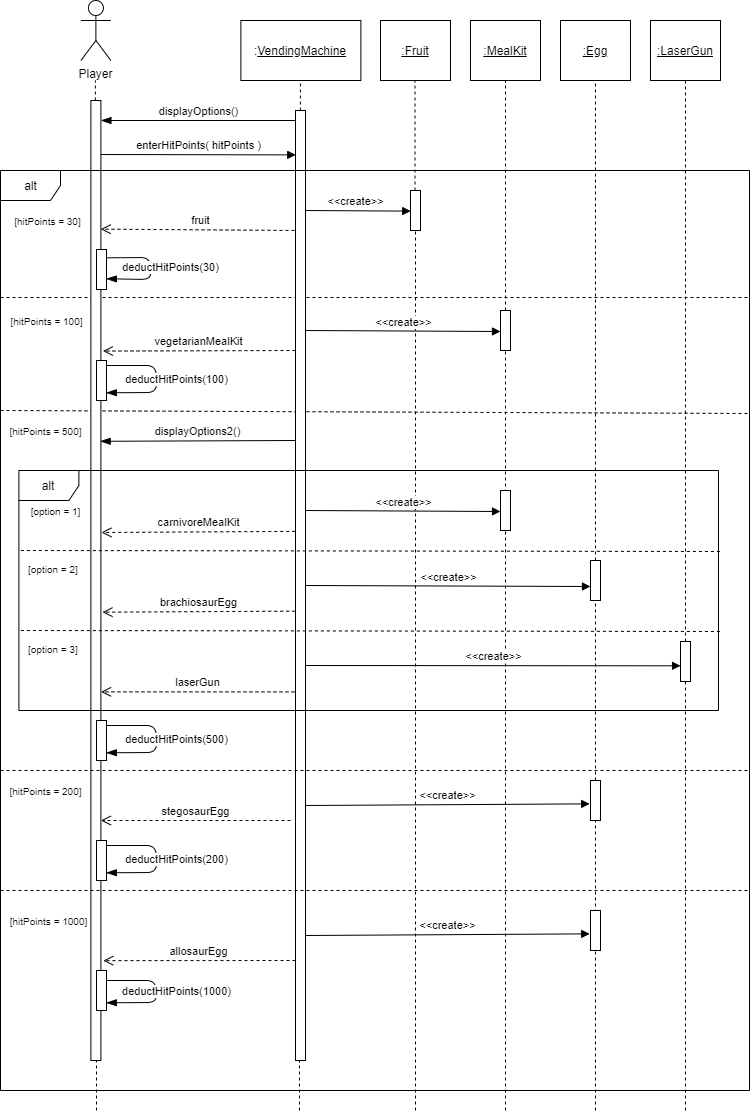
Above: design_docs/Player.purchase.png in mltw/fit2099-jurassic-park-2021 (draw.io), before the change. Source tidied: cells renumbered, new cells last; positions are measured from the earlier drawing's top-left corner, leaving out a move shared by most shapes.
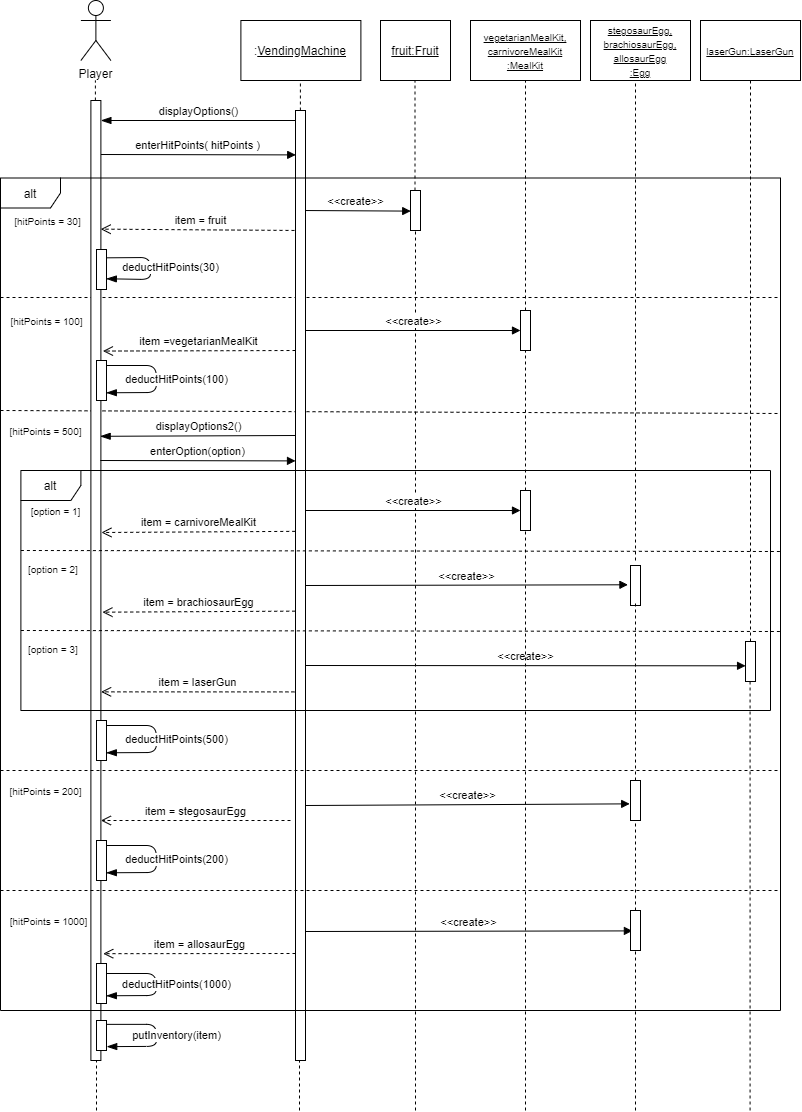
After the commit.

Commit message:
add Player.purchase sequence diagram

What changed in the source:
```diff
@@ -27,19 +27,19 @@
     <mxCell id="7" style="endArrow=none;dashed=1;html=1;" parent="1" edge="1">
       <mxGeometry relative="1" as="geometry">
         <mxPoint y="410" as="sourcePoint" />
-        <mxPoint x="750" y="413" as="targetPoint" />
+        <mxPoint x="780" y="413" as="targetPoint" />
       </mxGeometry>
     </mxCell>
     <mxCell id="8" style="endArrow=none;dashed=1;html=1;" parent="1" edge="1">
       <mxGeometry relative="1" as="geometry">
         <mxPoint y="297" as="sourcePoint" />
-        <mxPoint x="750" y="297" as="targetPoint" />
+        <mxPoint x="780" y="297" as="targetPoint" />
       </mxGeometry>
     </mxCell>
     <mxCell id="9" value="&lt;font style=&quot;font-size: 10px&quot;&gt;[hitPoints = 30]&lt;/font&gt;" style="text;html=1;align=center;verticalAlign=middle;strokeColor=none;" parent="1" vertex="1">
       <mxGeometry x="7" y="210" width="80" height="20" as="geometry" />
     </mxCell>
-    <mxCell id="10" value="&lt;u&gt;:Fruit&lt;/u&gt;" style="rounded=0;whiteSpace=wrap;html=1;" parent="1" vertex="1">
+    <mxCell id="10" value="&lt;u&gt;fruit:Fruit&lt;/u&gt;" style="rounded=0;whiteSpace=wrap;html=1;" parent="1" vertex="1">
       <mxGeometry x="380" y="20" width="70" height="60" as="geometry" />
     </mxCell>
     <mxCell id="11" style="endArrow=none;dashed=1;html=1;startArrow=none;" parent="1" edge="1" source="13">
@@ -60,7 +60,7 @@
         <mxPoint x="415" y="1110" as="sourcePoint" />
       </mxGeometry>
     </mxCell>
-    <mxCell id="15" value="fruit" style="html=1;verticalAlign=bottom;endArrow=open;dashed=1;endSize=8;entryX=0.983;entryY=0.134;entryDx=0;entryDy=0;entryPerimeter=0;" parent="1" edge="1" target="20">
+    <mxCell id="15" value="item = fruit" style="html=1;verticalAlign=bottom;endArrow=open;dashed=1;endSize=8;entryX=0.983;entryY=0.134;entryDx=0;entryDy=0;entryPerimeter=0;" parent="1" edge="1" target="20">
       <mxGeometry relative="1" as="geometry">
         <mxPoint x="300" y="230" as="sourcePoint" />
       </mxGeometry>
@@ -97,27 +97,23 @@
         <mxPoint x="100.4" y="120" as="targetPoint" />
       </mxGeometry>
     </mxCell>
-    <mxCell id="23" value="&lt;u&gt;:MealKit&lt;/u&gt;" style="rounded=0;whiteSpace=wrap;html=1;" parent="1" vertex="1">
-      <mxGeometry x="470" y="20" width="70" height="60" as="geometry" />
-    </mxCell>
-    <mxCell id="24" style="endArrow=none;dashed=1;html=1;entryX=0.5;entryY=1;entryDx=0;entryDy=0;startArrow=none;" parent="1" edge="1" source="26" target="23">
-      <mxGeometry relative="1" as="geometry" />
+    <mxCell id="24" style="endArrow=none;dashed=1;html=1;entryX=0.5;entryY=1;entryDx=0;entryDy=0;startArrow=none;" parent="1" edge="1" source="26">
+      <mxGeometry relative="1" as="geometry">
+        <mxPoint x="525" y="80" as="targetPoint" />
+      </mxGeometry>
     </mxCell>
-    <mxCell id="25" value="&amp;lt;&amp;lt;create&amp;gt;&amp;gt;" style="html=1;verticalAlign=bottom;endArrow=block;" parent="1" edge="1">
+    <mxCell id="25" value="&amp;lt;&amp;lt;create&amp;gt;&amp;gt;" style="html=1;verticalAlign=bottom;endArrow=block;" parent="1" edge="1" target="26">
       <mxGeometry relative="1" as="geometry">
         <mxPoint x="305" y="330" as="sourcePoint" />
-        <mxPoint x="500" y="331" as="targetPoint" />
       </mxGeometry>
     </mxCell>
     <mxCell id="26" style="html=1;points=[];perimeter=orthogonalPerimeter;" parent="1" vertex="1">
-      <mxGeometry x="500" y="310" width="10" height="40" as="geometry" />
+      <mxGeometry x="520" y="310" width="10" height="40" as="geometry" />
     </mxCell>
-    <mxCell id="27" style="endArrow=none;dashed=1;html=1;entryX=0.5;entryY=1;entryDx=0;entryDy=0;" parent="1" edge="1" target="26">
-      <mxGeometry relative="1" as="geometry">
-        <mxPoint x="505" y="1110" as="sourcePoint" />
-      </mxGeometry>
+    <mxCell id="27" style="endArrow=none;dashed=1;html=1;entryX=0.5;entryY=1;entryDx=0;entryDy=0;startArrow=none;" parent="1" edge="1" source="37" target="26">
+      <mxGeometry relative="1" as="geometry" />
     </mxCell>
-    <mxCell id="28" value="vegetarianMealKit" style="html=1;verticalAlign=bottom;endArrow=open;dashed=1;endSize=8;entryX=1.205;entryY=0.261;entryDx=0;entryDy=0;entryPerimeter=0;" parent="1" edge="1" target="20">
+    <mxCell id="28" value="item =vegetarianMealKit" style="html=1;verticalAlign=bottom;endArrow=open;dashed=1;endSize=8;entryX=1.205;entryY=0.261;entryDx=0;entryDy=0;entryPerimeter=0;" parent="1" edge="1" target="20">
       <mxGeometry relative="1" as="geometry">
         <mxPoint x="295" y="350" as="sourcePoint" />
       </mxGeometry>
@@ -125,13 +121,13 @@
     <mxCell id="29" style="endArrow=none;dashed=1;html=1;" parent="1" edge="1">
       <mxGeometry relative="1" as="geometry">
         <mxPoint y="770" as="sourcePoint" />
-        <mxPoint x="750" y="770" as="targetPoint" />
+        <mxPoint x="780" y="770" as="targetPoint" />
       </mxGeometry>
     </mxCell>
     <mxCell id="30" style="endArrow=none;dashed=1;html=1;" parent="1" edge="1">
       <mxGeometry relative="1" as="geometry">
         <mxPoint x="20.4" y="550" as="sourcePoint" />
-        <mxPoint x="720" y="551" as="targetPoint" />
+        <mxPoint x="780" y="551" as="targetPoint" />
       </mxGeometry>
     </mxCell>
     <mxCell id="31" style="html=1;points=[];perimeter=orthogonalPerimeter;" parent="1" vertex="1">
@@ -149,50 +145,46 @@
     <mxCell id="33" value="&lt;font style=&quot;font-size: 10px&quot;&gt;[hitPoints = 500]&lt;/font&gt;" style="text;html=1;align=center;verticalAlign=middle;strokeColor=none;" parent="1" vertex="1">
       <mxGeometry y="420" width="90" height="20" as="geometry" />
     </mxCell>
-    <mxCell id="34" value="displayOptions2()" style="html=1;verticalAlign=bottom;endArrow=blockThin;endSize=8;entryX=0.928;entryY=0.355;entryDx=0;entryDy=0;entryPerimeter=0;endFill=1;" parent="1" edge="1" target="20">
+    <mxCell id="34" value="displayOptions2()" style="html=1;verticalAlign=bottom;endArrow=blockThin;endSize=8;entryX=0.928;entryY=0.355;entryDx=0;entryDy=0;entryPerimeter=0;endFill=1;" parent="1" edge="1">
       <mxGeometry relative="1" as="geometry">
-        <mxPoint x="295" y="440" as="sourcePoint" />
+        <mxPoint x="295" y="435" as="sourcePoint" />
+        <mxPoint x="99.7" y="435.8" as="targetPoint" />
       </mxGeometry>
     </mxCell>
     <mxCell id="35" value="&lt;span style=&quot;font-size: 10px&quot;&gt;[option = 1]&lt;/span&gt;" style="text;html=1;align=center;verticalAlign=middle;strokeColor=none;" parent="1" vertex="1">
       <mxGeometry x="20.4" y="500" width="70" height="20" as="geometry" />
     </mxCell>
-    <mxCell id="36" value="&amp;lt;&amp;lt;create&amp;gt;&amp;gt;" style="html=1;verticalAlign=bottom;endArrow=block;" parent="1" edge="1">
+    <mxCell id="36" value="&amp;lt;&amp;lt;create&amp;gt;&amp;gt;" style="html=1;verticalAlign=bottom;endArrow=block;" parent="1" edge="1" target="37">
       <mxGeometry relative="1" as="geometry">
         <mxPoint x="305" y="510" as="sourcePoint" />
-        <mxPoint x="500" y="511" as="targetPoint" />
       </mxGeometry>
     </mxCell>
-    <mxCell id="37" style="html=1;points=[];perimeter=orthogonalPerimeter;" parent="1" vertex="1">
-      <mxGeometry x="500" y="490" width="10" height="40" as="geometry" />
-    </mxCell>
-    <mxCell id="38" value="carnivoreMealKit" style="html=1;verticalAlign=bottom;endArrow=open;dashed=1;endSize=8;entryX=1.056;entryY=0.45;entryDx=0;entryDy=0;entryPerimeter=0;exitX=-0.027;exitY=0.443;exitDx=0;exitDy=0;exitPerimeter=0;" parent="1" edge="1" source="16" target="20">
+    <mxCell id="38" value="item = carnivoreMealKit" style="html=1;verticalAlign=bottom;endArrow=open;dashed=1;endSize=8;entryX=1.056;entryY=0.45;entryDx=0;entryDy=0;entryPerimeter=0;exitX=-0.027;exitY=0.443;exitDx=0;exitDy=0;exitPerimeter=0;" parent="1" edge="1" source="16" target="20">
       <mxGeometry relative="1" as="geometry" />
     </mxCell>
     <mxCell id="39" value="&lt;span style=&quot;color: rgb(0 , 0 , 0) ; font-family: &amp;#34;helvetica&amp;#34; ; font-size: 10px ; font-style: normal ; font-weight: 400 ; letter-spacing: normal ; text-align: center ; text-indent: 0px ; text-transform: none ; word-spacing: 0px ; background-color: rgb(255 , 255 , 255) ; display: inline ; float: none&quot;&gt;[option = 2]&lt;/span&gt;" style="text;whiteSpace=wrap;html=1;" parent="1" vertex="1">
       <mxGeometry x="26" y="555" width="54" height="30" as="geometry" />
     </mxCell>
-    <mxCell id="40" value="&lt;u&gt;:Egg&lt;/u&gt;" style="rounded=0;whiteSpace=wrap;html=1;" parent="1" vertex="1">
-      <mxGeometry x="560" y="20" width="70" height="60" as="geometry" />
-    </mxCell>
-    <mxCell id="41" style="endArrow=none;dashed=1;html=1;entryX=0.5;entryY=1;entryDx=0;entryDy=0;startArrow=none;" parent="1" edge="1" source="43" target="40">
-      <mxGeometry relative="1" as="geometry" />
+    <mxCell id="41" style="endArrow=none;dashed=1;html=1;entryX=0.5;entryY=1;entryDx=0;entryDy=0;startArrow=none;" parent="1" edge="1">
+      <mxGeometry relative="1" as="geometry">
+        <mxPoint x="635" y="560" as="sourcePoint" />
+        <mxPoint x="635" y="80" as="targetPoint" />
+      </mxGeometry>
     </mxCell>
-    <mxCell id="42" value="&amp;lt;&amp;lt;create&amp;gt;&amp;gt;" style="html=1;verticalAlign=bottom;endArrow=block;" parent="1" edge="1">
+    <mxCell id="42" value="&amp;lt;&amp;lt;create&amp;gt;&amp;gt;" style="html=1;verticalAlign=bottom;endArrow=block;entryX=-0.256;entryY=0.482;entryDx=0;entryDy=0;entryPerimeter=0;" parent="1" edge="1" target="43">
       <mxGeometry relative="1" as="geometry">
         <mxPoint x="305" y="585" as="sourcePoint" />
-        <mxPoint x="590" y="586" as="targetPoint" />
       </mxGeometry>
     </mxCell>
     <mxCell id="43" style="html=1;points=[];perimeter=orthogonalPerimeter;" parent="1" vertex="1">
-      <mxGeometry x="590" y="560" width="10" height="40" as="geometry" />
+      <mxGeometry x="630" y="565" width="10" height="40" as="geometry" />
     </mxCell>
-    <mxCell id="44" style="endArrow=none;dashed=1;html=1;entryX=0.5;entryY=1;entryDx=0;entryDy=0;startArrow=none;" parent="1" edge="1" target="43">
+    <mxCell id="44" style="endArrow=none;dashed=1;html=1;entryX=0.5;entryY=1;entryDx=0;entryDy=0;startArrow=none;" parent="1" edge="1" source="51">
       <mxGeometry relative="1" as="geometry">
-        <mxPoint x="595" y="1110" as="sourcePoint" />
+        <mxPoint x="635" y="600" as="targetPoint" />
       </mxGeometry>
     </mxCell>
-    <mxCell id="45" value="brachiosaurEgg" style="html=1;verticalAlign=bottom;endArrow=open;dashed=1;endSize=8;entryX=1.154;entryY=0.533;entryDx=0;entryDy=0;entryPerimeter=0;exitX=-0.027;exitY=0.527;exitDx=0;exitDy=0;exitPerimeter=0;" parent="1" edge="1" source="16" target="20">
+    <mxCell id="45" value="item = brachiosaurEgg" style="html=1;verticalAlign=bottom;endArrow=open;dashed=1;endSize=8;entryX=1.154;entryY=0.533;entryDx=0;entryDy=0;entryPerimeter=0;exitX=-0.027;exitY=0.527;exitDx=0;exitDy=0;exitPerimeter=0;" parent="1" edge="1" source="16" target="20">
       <mxGeometry relative="1" as="geometry" />
     </mxCell>
     <mxCell id="46" style="html=1;points=[];perimeter=orthogonalPerimeter;" parent="1" vertex="1">
@@ -210,7 +202,7 @@
     <mxCell id="48" style="endArrow=none;dashed=1;html=1;" parent="1" edge="1">
       <mxGeometry relative="1" as="geometry">
         <mxPoint y="890" as="sourcePoint" />
-        <mxPoint x="750" y="890" as="targetPoint" />
+        <mxPoint x="780" y="890" as="targetPoint" />
       </mxGeometry>
     </mxCell>
     <mxCell id="49" value="&lt;font style=&quot;font-size: 10px&quot;&gt;[hitPoints = 200]&lt;/font&gt;" style="text;html=1;align=center;verticalAlign=middle;strokeColor=none;" parent="1" vertex="1">
@@ -221,10 +213,7 @@
         <mxPoint x="305" y="805" as="sourcePoint" />
       </mxGeometry>
     </mxCell>
-    <mxCell id="51" style="html=1;points=[];perimeter=orthogonalPerimeter;" parent="1" vertex="1">
-      <mxGeometry x="590" y="780" width="10" height="40" as="geometry" />
-    </mxCell>
-    <mxCell id="52" value="stegosaurEgg" style="html=1;verticalAlign=bottom;endArrow=open;dashed=1;endSize=8;" parent="1" edge="1" target="20">
+    <mxCell id="52" value="item = stegosaurEgg" style="html=1;verticalAlign=bottom;endArrow=open;dashed=1;endSize=8;" parent="1" edge="1" target="20">
       <mxGeometry relative="1" as="geometry">
         <mxPoint x="290" y="820" as="sourcePoint" />
       </mxGeometry>
@@ -247,7 +236,7 @@
     <mxCell id="56" style="endArrow=none;dashed=1;html=1;" parent="1" edge="1">
       <mxGeometry relative="1" as="geometry">
         <mxPoint x="20.4" y="630" as="sourcePoint" />
-        <mxPoint x="720" y="631" as="targetPoint" />
+        <mxPoint x="780" y="631" as="targetPoint" />
       </mxGeometry>
     </mxCell>
     <mxCell id="57" value="&lt;span style=&quot;color: rgb(0 , 0 , 0) ; font-family: &amp;#34;helvetica&amp;#34; ; font-size: 10px ; font-style: normal ; font-weight: 400 ; letter-spacing: normal ; text-align: center ; text-indent: 0px ; text-transform: none ; word-spacing: 0px ; background-color: rgb(255 , 255 , 255) ; display: inline ; float: none&quot;&gt;[option = 3]&lt;/span&gt;" style="text;whiteSpace=wrap;html=1;" parent="1" vertex="1">
@@ -258,45 +247,43 @@
         <mxPoint x="305" y="665" as="sourcePoint" />
       </mxGeometry>
     </mxCell>
-    <mxCell id="59" value="laserGun" style="html=1;verticalAlign=bottom;endArrow=open;dashed=1;endSize=8;entryX=1.021;entryY=0.616;entryDx=0;entryDy=0;entryPerimeter=0;exitX=-0.107;exitY=0.612;exitDx=0;exitDy=0;exitPerimeter=0;" parent="1" edge="1" source="16" target="20">
+    <mxCell id="59" value="item = laserGun" style="html=1;verticalAlign=bottom;endArrow=open;dashed=1;endSize=8;entryX=1.021;entryY=0.616;entryDx=0;entryDy=0;entryPerimeter=0;exitX=-0.107;exitY=0.612;exitDx=0;exitDy=0;exitPerimeter=0;" parent="1" edge="1" source="16" target="20">
       <mxGeometry relative="1" as="geometry" />
     </mxCell>
-    <mxCell id="60" value="&lt;u&gt;:LaserGun&lt;/u&gt;" style="rounded=0;whiteSpace=wrap;html=1;" parent="1" vertex="1">
-      <mxGeometry x="650" y="20" width="70" height="60" as="geometry" />
-    </mxCell>
-    <mxCell id="61" style="endArrow=none;dashed=1;html=1;entryX=0.5;entryY=1;entryDx=0;entryDy=0;startArrow=none;" parent="1" edge="1" source="62" target="60">
-      <mxGeometry relative="1" as="geometry" />
+    <mxCell id="61" style="endArrow=none;dashed=1;html=1;entryX=0.5;entryY=1;entryDx=0;entryDy=0;startArrow=none;" parent="1" edge="1" source="62">
+      <mxGeometry relative="1" as="geometry">
+        <mxPoint x="750" y="80" as="targetPoint" />
+      </mxGeometry>
     </mxCell>
     <mxCell id="62" style="html=1;points=[];perimeter=orthogonalPerimeter;" parent="1" vertex="1">
-      <mxGeometry x="680" y="641" width="10" height="40" as="geometry" />
+      <mxGeometry x="745" y="641" width="10" height="40" as="geometry" />
     </mxCell>
-    <mxCell id="63" style="endArrow=none;dashed=1;html=1;entryX=0.5;entryY=1;entryDx=0;entryDy=0;startArrow=none;" parent="1" edge="1" target="62">
+    <mxCell id="63" style="endArrow=none;dashed=1;html=1;entryX=0.5;entryY=1;entryDx=0;entryDy=0;startArrow=none;" parent="1" edge="1">
       <mxGeometry relative="1" as="geometry">
-        <mxPoint x="685" y="1110" as="sourcePoint" />
+        <mxPoint x="749.6" y="1110" as="sourcePoint" />
+        <mxPoint x="749.6" y="681" as="targetPoint" />
       </mxGeometry>
     </mxCell>
-    <mxCell id="64" value="&amp;lt;&amp;lt;create&amp;gt;&amp;gt;" style="html=1;verticalAlign=bottom;endArrow=block;entryX=-0.081;entryY=0.584;entryDx=0;entryDy=0;entryPerimeter=0;" parent="1" edge="1" target="65">
+    <mxCell id="64" value="&amp;lt;&amp;lt;create&amp;gt;&amp;gt;" style="html=1;verticalAlign=bottom;endArrow=block;entryX=0.189;entryY=0.51;entryDx=0;entryDy=0;entryPerimeter=0;" parent="1" edge="1" target="65">
       <mxGeometry relative="1" as="geometry">
-        <mxPoint x="305" y="935" as="sourcePoint" />
+        <mxPoint x="305" y="931" as="sourcePoint" />
       </mxGeometry>
     </mxCell>
-    <mxCell id="65" style="html=1;points=[];perimeter=orthogonalPerimeter;" parent="1" vertex="1">
-      <mxGeometry x="590" y="910" width="10" height="40" as="geometry" />
-    </mxCell>
-    <mxCell id="66" value="allosaurEgg" style="html=1;verticalAlign=bottom;endArrow=open;dashed=1;endSize=8;entryX=1.234;entryY=0.896;entryDx=0;entryDy=0;entryPerimeter=0;" parent="1" edge="1" target="20">
+    <mxCell id="66" value="item = allosaurEgg" style="html=1;verticalAlign=bottom;endArrow=open;dashed=1;endSize=8;entryX=1.234;entryY=0.896;entryDx=0;entryDy=0;entryPerimeter=0;" parent="1" edge="1">
       <mxGeometry relative="1" as="geometry">
-        <mxPoint x="295" y="960" as="sourcePoint" />
+        <mxPoint x="295" y="953" as="sourcePoint" />
+        <mxPoint x="102.7" y="953.2" as="targetPoint" />
       </mxGeometry>
     </mxCell>
     <mxCell id="67" style="html=1;points=[];perimeter=orthogonalPerimeter;" parent="1" vertex="1">
-      <mxGeometry x="96" y="970" width="10" height="40" as="geometry" />
+      <mxGeometry x="96" y="963" width="10" height="40" as="geometry" />
     </mxCell>
     <mxCell id="68" value="deductHitPoints(1000)" style="html=1;verticalAlign=bottom;endArrow=blockThin;endSize=8;entryX=0.983;entryY=0.807;entryDx=0;entryDy=0;entryPerimeter=0;endFill=1;" parent="1" edge="1" target="67">
       <mxGeometry x="0.15" y="20" relative="1" as="geometry">
-        <mxPoint x="105.6" y="980" as="sourcePoint" />
+        <mxPoint x="105.6" y="973" as="sourcePoint" />
         <Array as="points">
-          <mxPoint x="155.6" y="980" />
-          <mxPoint x="155.6" y="1002" />
+          <mxPoint x="155.6" y="973" />
+          <mxPoint x="155.6" y="995" />
         </Array>
       </mxGeometry>
     </mxCell>
@@ -306,11 +293,61 @@
         <mxPoint x="299" y="1060" as="targetPoint" />
       </mxGeometry>
     </mxCell>
-    <mxCell id="70" value="alt" style="shape=umlFrame;whiteSpace=wrap;html=1;" parent="1" vertex="1">
-      <mxGeometry x="18.4" y="470" width="699.6" height="240" as="geometry" />
-    </mxCell>
-    <mxCell id="71" value="alt" style="shape=umlFrame;whiteSpace=wrap;html=1;" parent="1" vertex="1">
-      <mxGeometry y="170" width="749" height="920" as="geometry" />
-    </mxCell>
+    <mxCell id="72" value="enterOption(option)" style="html=1;verticalAlign=bottom;endArrow=block;entryX=0.022;entryY=0.07;entryDx=0;entryDy=0;entryPerimeter=0;" parent="1" edge="1">
+      <mxGeometry relative="1" as="geometry">
+        <mxPoint x="99.8" y="460" as="sourcePoint" />
+        <mxPoint x="295" y="460.4" as="targetPoint" />
+      </mxGeometry>
+    </mxCell>
+    <mxCell id="73" style="html=1;perimeter=orthogonalPerimeter;" parent="1" vertex="1">
+      <mxGeometry x="96" y="1020" width="10" height="30" as="geometry" />
+    </mxCell>
+    <mxCell id="74" value="putInventory(item)" style="html=1;verticalAlign=bottom;endArrow=blockThin;endSize=8;entryX=0.983;entryY=0.807;entryDx=0;entryDy=0;entryPerimeter=0;endFill=1;" parent="1" edge="1">
+      <mxGeometry x="0.15" y="20" relative="1" as="geometry">
+        <mxPoint x="106" y="1023.9" as="sourcePoint" />
+        <mxPoint x="106.2" y="1046.1" as="targetPoint" />
+        <Array as="points">
+          <mxPoint x="156" y="1023.9" />
+          <mxPoint x="156" y="1045.9" />
+        </Array>
+      </mxGeometry>
+    </mxCell>
+    <mxCell id="75" value="&lt;u&gt;&lt;font style=&quot;font-size: 10px&quot;&gt;laserGun:LaserGun&lt;/font&gt;&lt;/u&gt;" style="rounded=0;whiteSpace=wrap;html=1;" parent="1" vertex="1">
+      <mxGeometry x="700" y="20" width="100" height="60" as="geometry" />
+    </mxCell>
+    <mxCell id="76" value="&lt;u&gt;&lt;font style=&quot;font-size: 10px&quot;&gt;stegosaurEgg, brachiosaurEgg, allosaurEgg&lt;br&gt;:Egg&lt;/font&gt;&lt;/u&gt;" style="rounded=0;whiteSpace=wrap;html=1;" parent="1" vertex="1">
+      <mxGeometry x="590" y="20" width="100" height="60" as="geometry" />
+    </mxCell>
+    <mxCell id="51" style="html=1;points=[];perimeter=orthogonalPerimeter;" parent="1" vertex="1">
+      <mxGeometry x="630" y="780" width="10" height="40" as="geometry" />
+    </mxCell>
+    <mxCell id="77" style="endArrow=none;dashed=1;html=1;entryX=0.5;entryY=1;entryDx=0;entryDy=0;startArrow=none;" parent="1" edge="1" source="65" target="51">
+      <mxGeometry relative="1" as="geometry" />
+    </mxCell>
+    <mxCell id="65" style="html=1;points=[];perimeter=orthogonalPerimeter;" parent="1" vertex="1">
+      <mxGeometry x="630" y="910" width="10" height="40" as="geometry" />
+    </mxCell>
+    <mxCell id="78" style="endArrow=none;dashed=1;html=1;entryX=0.5;entryY=1;entryDx=0;entryDy=0;startArrow=none;" parent="1" edge="1" target="65">
+      <mxGeometry relative="1" as="geometry">
+        <mxPoint x="635" y="1110" as="sourcePoint" />
+      </mxGeometry>
+    </mxCell>
+    <mxCell id="79" value="&lt;u&gt;&lt;font style=&quot;font-size: 10px&quot;&gt;vegetarianMealKit, carnivoreMealKit&lt;br&gt;:MealKit&lt;/font&gt;&lt;/u&gt;" style="rounded=0;whiteSpace=wrap;html=1;align=center;" parent="1" vertex="1">
+      <mxGeometry x="470" y="20" width="110" height="60" as="geometry" />
+    </mxCell>
+    <mxCell id="37" style="html=1;points=[];perimeter=orthogonalPerimeter;" parent="1" vertex="1">
+      <mxGeometry x="520" y="490" width="10" height="40" as="geometry" />
+    </mxCell>
+    <mxCell id="80" style="endArrow=none;dashed=1;html=1;entryX=0.5;entryY=1;entryDx=0;entryDy=0;" parent="1" edge="1" target="37">
+      <mxGeometry relative="1" as="geometry">
+        <mxPoint x="525" y="1110" as="sourcePoint" />
+      </mxGeometry>
+    </mxCell>
+    <mxCell id="81" value="alt" style="shape=umlFrame;whiteSpace=wrap;html=1;" parent="1" vertex="1">
+      <mxGeometry y="177.5" width="780" height="832.5" as="geometry" />
+    </mxCell>
+    <mxCell id="82" value="alt" style="shape=umlFrame;whiteSpace=wrap;html=1;" parent="1" vertex="1">
+      <mxGeometry x="20.4" y="470" width="749.6" height="240" as="geometry" />
+    </mxCell>
   </root>
 </mxGraphModel>
```
